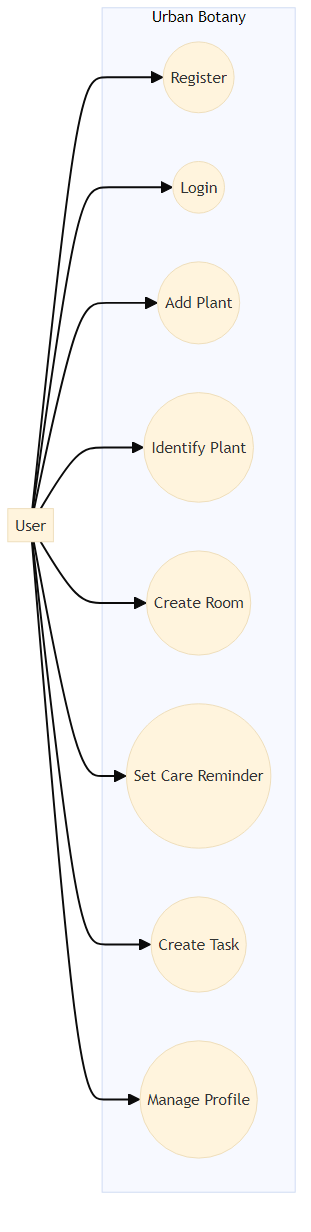
Earlier version of the Mermaid export Frontend/diagrams/usecase-overview.png (SoftwareError54/Urban-Botany). Its source is kept beside it as Frontend/diagrams/usecase-overview.mmd. Source of this version:
```mermaid
%%{init:{'theme':'base'}}%%
flowchart LR
  User[User]
  subgraph UrbanBotany [Urban Botany]
    UC_Register((Register))
    UC_Login((Login))
    UC_AddPlant((Add Plant))
    UC_Identify((Identify Plant))
    UC_CreateRoom((Create Room))
    UC_SetReminder((Set Care Reminder))
    UC_CreateTask((Create Task))
    UC_ManageProfile((Manage Profile))
  end

  User --> UC_Register
  User --> UC_Login
  User --> UC_AddPlant
  User --> UC_Identify
  User --> UC_CreateRoom
  User --> UC_SetReminder
  User --> UC_CreateTask
  User --> UC_ManageProfile
```
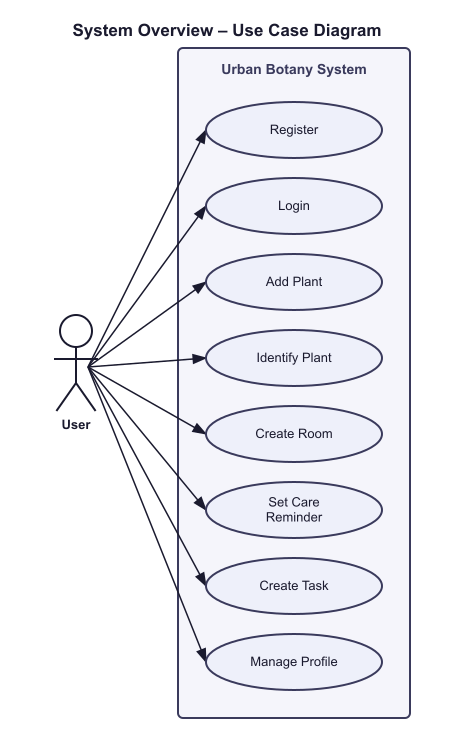
The same file after the commit.

Diff of the diagram source:
```diff
@@ -1,22 +1,21 @@
 %%{init:{'theme':'base'}}%%
-flowchart LR
-  User[User]
-  subgraph UrbanBotany [Urban Botany]
-    UC_Register((Register))
-    UC_Login((Login))
-    UC_AddPlant((Add Plant))
-    UC_Identify((Identify Plant))
-    UC_CreateRoom((Create Room))
-    UC_SetReminder((Set Care Reminder))
-    UC_CreateTask((Create Task))
-    UC_ManageProfile((Manage Profile))
-  end
-
-  User --> UC_Register
-  User --> UC_Login
-  User --> UC_AddPlant
-  User --> UC_Identify
-  User --> UC_CreateRoom
-  User --> UC_SetReminder
-  User --> UC_CreateTask
-  User --> UC_ManageProfile
+usecaseDiagram
+  actor User
+  rectangle "Urban Botany System" {
+    (Register)
+    (Login)
+    (Add Plant)
+    (Identify Plant)
+    (Create Room)
+    (Set Care Reminder)
+    (Create Task)
+    (Manage Profile)
+  }
+  User --> (Register)
+  User --> (Login)
+  User --> (Add Plant)
+  User --> (Identify Plant)
+  User --> (Create Room)
+  User --> (Set Care Reminder)
+  User --> (Create Task)
+  User --> (Manage Profile)
```
